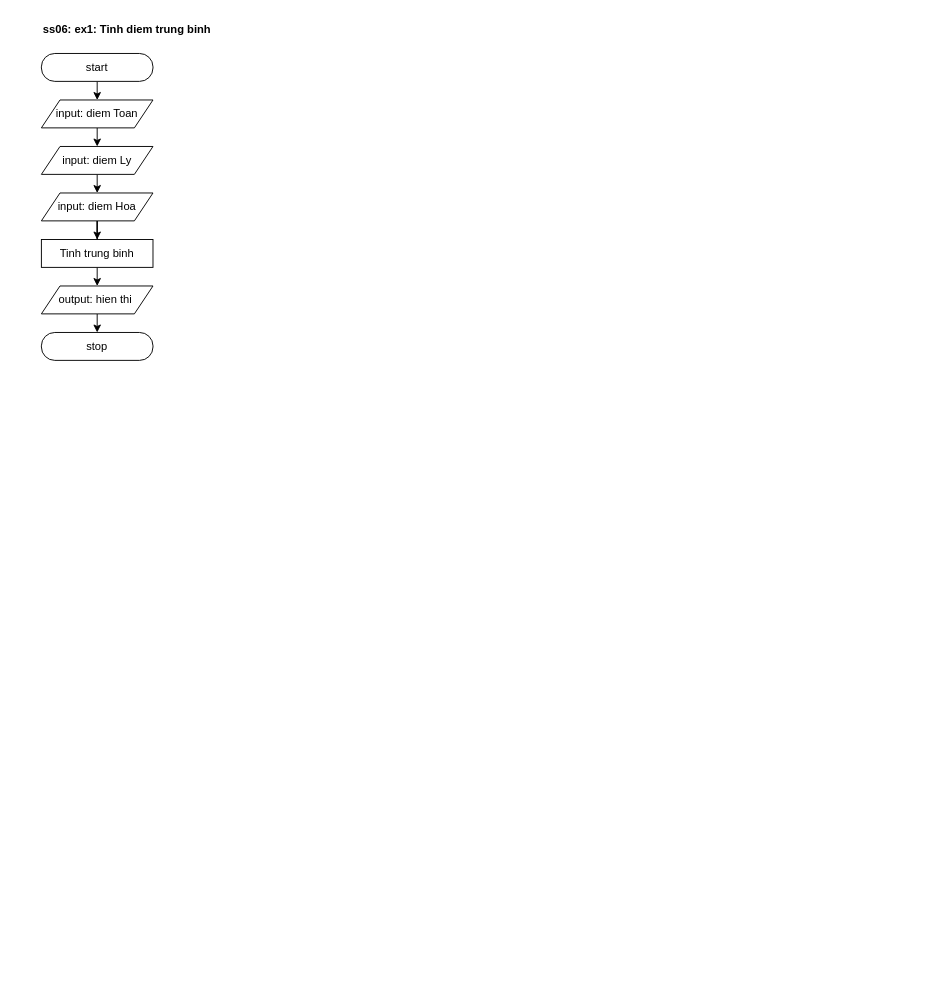
The draw.io diagram 01_Parttime_WebFrontEndFundamental/ss06/flowchart.drawio in toanphamtien/rikkei_WebParttimeJava, before the edit. Source tidied: cells renumbered, new cells numbered last; positions are measured from the earlier drawing's top-left corner, leaving out a move shared by most shapes. Both pictures are drawn from the tidied source at 93%, with x=0, y=0 at pixel (41, 16).
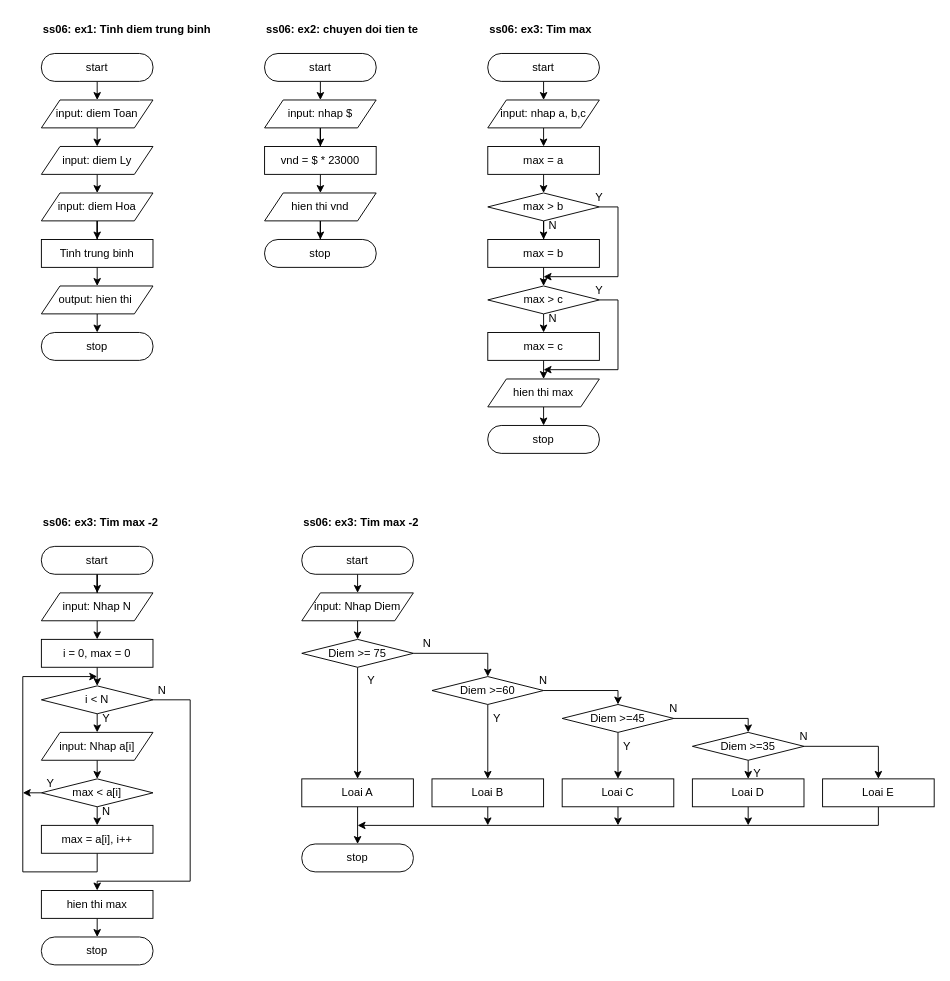
The same page after the edit.

What changed in the source:
```diff
@@
-<mxGraphModel>
+<mxGraphModel background="#ffffff">
@@
+    <mxCell id="16" value="ss06: ex2: chuyen doi tien te" style="text;html=1;strokeColor=none;fillColor=none;align=left;verticalAlign=middle;whiteSpace=wrap;rounded=0;fontStyle=1;" parent="1" vertex="1">
+      <mxGeometry x="240" width="190" height="30" as="geometry" />
+    </mxCell>
+    <mxCell id="17" style="edgeStyle=orthogonalEdgeStyle;rounded=0;jettySize=auto;html=1;exitX=0.5;exitY=1;exitDx=0;exitDy=0;entryX=0.5;entryY=0;entryDx=0;entryDy=0;" parent="1" edge="1" source="18" target="20">
+      <mxGeometry relative="1" as="geometry" />
+    </mxCell>
+    <mxCell id="18" value="start" style="rounded=1;whiteSpace=wrap;html=1;arcSize=48;" parent="1" vertex="1">
+      <mxGeometry x="240" y="40" width="120" height="30" as="geometry" />
+    </mxCell>
+    <mxCell id="19" style="edgeStyle=orthogonalEdgeStyle;rounded=0;jettySize=auto;html=1;exitX=0.5;exitY=1;exitDx=0;exitDy=0;" parent="1" edge="1" source="20" target="22">
+      <mxGeometry relative="1" as="geometry" />
+    </mxCell>
+    <mxCell id="20" value="input: nhap $" style="shape=parallelogram;perimeter=parallelogramPerimeter;whiteSpace=wrap;html=1;fixedSize=1;" parent="1" vertex="1">
+      <mxGeometry x="240" y="90" width="120" height="30" as="geometry" />
+    </mxCell>
+    <mxCell id="21" style="edgeStyle=orthogonalEdgeStyle;rounded=0;jettySize=auto;html=1;exitX=0.5;exitY=1;exitDx=0;exitDy=0;entryX=0.5;entryY=0;entryDx=0;entryDy=0;" parent="1" edge="1" source="22" target="24">
+      <mxGeometry relative="1" as="geometry" />
+    </mxCell>
+    <mxCell id="22" value="vnd = $ * 23000" style="rounded=0;whiteSpace=wrap;html=1;" parent="1" vertex="1">
+      <mxGeometry x="240" y="140" width="120" height="30" as="geometry" />
+    </mxCell>
+    <mxCell id="23" style="edgeStyle=orthogonalEdgeStyle;rounded=0;jettySize=auto;html=1;exitX=0.5;exitY=1;exitDx=0;exitDy=0;" parent="1" edge="1" source="24" target="25">
+      <mxGeometry relative="1" as="geometry" />
+    </mxCell>
+    <mxCell id="24" value="hien thi vnd" style="shape=parallelogram;perimeter=parallelogramPerimeter;whiteSpace=wrap;html=1;fixedSize=1;" parent="1" vertex="1">
+      <mxGeometry x="240" y="190" width="120" height="30" as="geometry" />
+    </mxCell>
+    <mxCell id="25" value="stop" style="rounded=1;whiteSpace=wrap;html=1;arcSize=48;" parent="1" vertex="1">
+      <mxGeometry x="240" y="240" width="120" height="30" as="geometry" />
+    </mxCell>
+    <mxCell id="26" value="ss06: ex3: Tim max" style="text;html=1;strokeColor=none;fillColor=none;align=left;verticalAlign=middle;whiteSpace=wrap;rounded=0;fontStyle=1;" parent="1" vertex="1">
+      <mxGeometry x="480" width="190" height="30" as="geometry" />
+    </mxCell>
+    <mxCell id="27" style="edgeStyle=orthogonalEdgeStyle;rounded=0;jettySize=auto;html=1;exitX=0.5;exitY=1;exitDx=0;exitDy=0;entryX=0.5;entryY=0;entryDx=0;entryDy=0;" parent="1" edge="1" source="28" target="30">
+      <mxGeometry relative="1" as="geometry" />
+    </mxCell>
+    <mxCell id="28" value="start" style="rounded=1;whiteSpace=wrap;html=1;arcSize=48;" parent="1" vertex="1">
+      <mxGeometry x="480" y="40" width="120" height="30" as="geometry" />
+    </mxCell>
+    <mxCell id="29" style="edgeStyle=orthogonalEdgeStyle;rounded=0;jettySize=auto;html=1;exitX=0.5;exitY=1;exitDx=0;exitDy=0;entryX=0.5;entryY=0;entryDx=0;entryDy=0;" parent="1" edge="1" source="30" target="32">
+      <mxGeometry relative="1" as="geometry" />
+    </mxCell>
+    <mxCell id="30" value="input: nhap a, b,c" style="shape=parallelogram;perimeter=parallelogramPerimeter;whiteSpace=wrap;html=1;fixedSize=1;" parent="1" vertex="1">
+      <mxGeometry x="480" y="90" width="120" height="30" as="geometry" />
+    </mxCell>
+    <mxCell id="31" style="edgeStyle=orthogonalEdgeStyle;rounded=0;jettySize=auto;html=1;exitX=0.5;exitY=1;exitDx=0;exitDy=0;entryX=0.5;entryY=0;entryDx=0;entryDy=0;" parent="1" edge="1" source="32" target="35">
+      <mxGeometry relative="1" as="geometry" />
+    </mxCell>
+    <mxCell id="32" value="max = a" style="rounded=0;whiteSpace=wrap;html=1;" parent="1" vertex="1">
+      <mxGeometry x="480" y="140" width="120" height="30" as="geometry" />
+    </mxCell>
+    <mxCell id="33" style="edgeStyle=orthogonalEdgeStyle;rounded=0;jettySize=auto;html=1;exitX=0.5;exitY=1;exitDx=0;exitDy=0;" parent="1" edge="1" source="35" target="40">
+      <mxGeometry relative="1" as="geometry" />
+    </mxCell>
+    <mxCell id="34" style="edgeStyle=orthogonalEdgeStyle;rounded=0;jettySize=auto;html=1;" parent="1" edge="1" source="35">
+      <mxGeometry relative="1" as="geometry">
+        <mxPoint x="540" y="280" as="targetPoint" />
+        <Array as="points">
+          <mxPoint x="620" y="205" />
+          <mxPoint x="620" y="280" />
+        </Array>
+      </mxGeometry>
+    </mxCell>
+    <mxCell id="35" value="max &amp;gt; b" style="rhombus;whiteSpace=wrap;html=1;" parent="1" vertex="1">
+      <mxGeometry x="480" y="190" width="120" height="30" as="geometry" />
+    </mxCell>
+    <mxCell id="36" style="edgeStyle=orthogonalEdgeStyle;rounded=0;jettySize=auto;html=1;exitX=0.5;exitY=1;exitDx=0;exitDy=0;entryX=0.5;entryY=0;entryDx=0;entryDy=0;" parent="1" edge="1" source="38" target="42">
+      <mxGeometry relative="1" as="geometry" />
+    </mxCell>
+    <mxCell id="37" style="edgeStyle=orthogonalEdgeStyle;rounded=0;jettySize=auto;html=1;" parent="1" edge="1" source="38">
+      <mxGeometry relative="1" as="geometry">
+        <mxPoint x="540" y="380" as="targetPoint" />
+        <Array as="points">
+          <mxPoint x="620" y="305" />
+          <mxPoint x="620" y="380" />
+        </Array>
+      </mxGeometry>
+    </mxCell>
+    <mxCell id="38" value="max &amp;gt; c" style="rhombus;whiteSpace=wrap;html=1;" parent="1" vertex="1">
+      <mxGeometry x="480" y="290" width="120" height="30" as="geometry" />
+    </mxCell>
+    <mxCell id="39" style="edgeStyle=orthogonalEdgeStyle;rounded=0;jettySize=auto;html=1;exitX=0.5;exitY=1;exitDx=0;exitDy=0;entryX=0.5;entryY=0;entryDx=0;entryDy=0;" parent="1" edge="1" source="40" target="38">
+      <mxGeometry relative="1" as="geometry" />
+    </mxCell>
+    <mxCell id="40" value="max = b" style="rounded=0;whiteSpace=wrap;html=1;" parent="1" vertex="1">
+      <mxGeometry x="480" y="240" width="120" height="30" as="geometry" />
+    </mxCell>
+    <mxCell id="41" style="edgeStyle=orthogonalEdgeStyle;rounded=0;jettySize=auto;html=1;exitX=0.5;exitY=1;exitDx=0;exitDy=0;entryX=0.5;entryY=0;entryDx=0;entryDy=0;" parent="1" edge="1" source="42" target="44">
+      <mxGeometry relative="1" as="geometry" />
+    </mxCell>
+    <mxCell id="42" value="max = c" style="rounded=0;whiteSpace=wrap;html=1;" parent="1" vertex="1">
+      <mxGeometry x="480" y="340" width="120" height="30" as="geometry" />
+    </mxCell>
+    <mxCell id="43" style="edgeStyle=orthogonalEdgeStyle;rounded=0;jettySize=auto;html=1;exitX=0.5;exitY=1;exitDx=0;exitDy=0;entryX=0.5;entryY=0;entryDx=0;entryDy=0;" parent="1" edge="1" source="44" target="45">
+      <mxGeometry relative="1" as="geometry" />
+    </mxCell>
+    <mxCell id="44" value="hien thi max" style="shape=parallelogram;perimeter=parallelogramPerimeter;whiteSpace=wrap;html=1;fixedSize=1;" parent="1" vertex="1">
+      <mxGeometry x="480" y="390" width="120" height="30" as="geometry" />
+    </mxCell>
+    <mxCell id="45" value="stop" style="rounded=1;whiteSpace=wrap;html=1;arcSize=48;" parent="1" vertex="1">
+      <mxGeometry x="480" y="440" width="120" height="30" as="geometry" />
+    </mxCell>
+    <mxCell id="46" value="ss06: ex3: Tim max -2" style="text;html=1;strokeColor=none;fillColor=none;align=left;verticalAlign=middle;whiteSpace=wrap;rounded=0;fontStyle=1;" parent="1" vertex="1">
+      <mxGeometry y="530" width="190" height="30" as="geometry" />
+    </mxCell>
+    <mxCell id="47" style="edgeStyle=orthogonalEdgeStyle;rounded=0;jettySize=auto;html=1;exitX=0.5;exitY=1;exitDx=0;exitDy=0;" parent="1" edge="1" source="48" target="50">
+      <mxGeometry relative="1" as="geometry" />
+    </mxCell>
+    <mxCell id="48" value="start" style="rounded=1;whiteSpace=wrap;html=1;arcSize=48;" parent="1" vertex="1">
+      <mxGeometry y="570" width="120" height="30" as="geometry" />
+    </mxCell>
+    <mxCell id="49" style="edgeStyle=orthogonalEdgeStyle;rounded=0;jettySize=auto;html=1;exitX=0.5;exitY=1;exitDx=0;exitDy=0;entryX=0.5;entryY=0;entryDx=0;entryDy=0;" parent="1" edge="1" source="50" target="52">
+      <mxGeometry relative="1" as="geometry" />
+    </mxCell>
+    <mxCell id="50" value="input: Nhap N" style="shape=parallelogram;perimeter=parallelogramPerimeter;whiteSpace=wrap;html=1;fixedSize=1;" parent="1" vertex="1">
+      <mxGeometry y="620" width="120" height="30" as="geometry" />
+    </mxCell>
+    <mxCell id="51" style="edgeStyle=orthogonalEdgeStyle;rounded=0;jettySize=auto;html=1;exitX=0.5;exitY=1;exitDx=0;exitDy=0;entryX=0.5;entryY=0;entryDx=0;entryDy=0;" parent="1" edge="1" source="52" target="55">
+      <mxGeometry relative="1" as="geometry" />
+    </mxCell>
+    <mxCell id="52" value="i = 0, max = 0" style="rounded=0;whiteSpace=wrap;html=1;" parent="1" vertex="1">
+      <mxGeometry y="670" width="120" height="30" as="geometry" />
+    </mxCell>
+    <mxCell id="53" style="edgeStyle=orthogonalEdgeStyle;rounded=0;jettySize=auto;html=1;exitX=0.5;exitY=1;exitDx=0;exitDy=0;entryX=0.5;entryY=0;entryDx=0;entryDy=0;" parent="1" edge="1" source="55" target="57">
+      <mxGeometry relative="1" as="geometry" />
+    </mxCell>
+    <mxCell id="54" style="edgeStyle=orthogonalEdgeStyle;rounded=0;jettySize=auto;html=1;entryX=0.5;entryY=0;entryDx=0;entryDy=0;" parent="1" edge="1" source="55" target="64">
+      <mxGeometry relative="1" as="geometry">
+        <Array as="points">
+          <mxPoint x="160" y="735" />
+          <mxPoint x="160" y="930" />
+          <mxPoint x="60" y="930" />
+        </Array>
+      </mxGeometry>
+    </mxCell>
+    <mxCell id="55" value="i &amp;lt; N" style="rhombus;whiteSpace=wrap;html=1;" parent="1" vertex="1">
+      <mxGeometry y="720" width="120" height="30" as="geometry" />
+    </mxCell>
+    <mxCell id="56" style="edgeStyle=orthogonalEdgeStyle;rounded=0;jettySize=auto;html=1;exitX=0.5;exitY=1;exitDx=0;exitDy=0;entryX=0.5;entryY=0;entryDx=0;entryDy=0;" parent="1" edge="1" source="57" target="60">
+      <mxGeometry relative="1" as="geometry" />
+    </mxCell>
+    <mxCell id="57" value="input: Nhap a[i]" style="shape=parallelogram;perimeter=parallelogramPerimeter;whiteSpace=wrap;html=1;fixedSize=1;" parent="1" vertex="1">
+      <mxGeometry y="770" width="120" height="30" as="geometry" />
+    </mxCell>
+    <mxCell id="58" style="edgeStyle=orthogonalEdgeStyle;rounded=0;jettySize=auto;html=1;exitX=0.5;exitY=1;exitDx=0;exitDy=0;entryX=0.5;entryY=0;entryDx=0;entryDy=0;" parent="1" edge="1" source="60" target="62">
+      <mxGeometry relative="1" as="geometry" />
+    </mxCell>
+    <mxCell id="59" style="edgeStyle=orthogonalEdgeStyle;rounded=0;jettySize=auto;html=1;exitX=0;exitY=0.5;exitDx=0;exitDy=0;" parent="1" edge="1" source="60">
+      <mxGeometry relative="1" as="geometry">
+        <mxPoint x="-20" y="835" as="targetPoint" />
+      </mxGeometry>
+    </mxCell>
+    <mxCell id="60" value="max &amp;lt; a[i]" style="rhombus;whiteSpace=wrap;html=1;" parent="1" vertex="1">
+      <mxGeometry y="820" width="120" height="30" as="geometry" />
+    </mxCell>
+    <mxCell id="61" style="edgeStyle=orthogonalEdgeStyle;rounded=0;jettySize=auto;html=1;exitX=0.5;exitY=1;exitDx=0;exitDy=0;" parent="1" edge="1" source="62">
+      <mxGeometry relative="1" as="geometry">
+        <mxPoint x="60" y="710" as="targetPoint" />
+        <Array as="points">
+          <mxPoint x="60" y="920" />
+          <mxPoint x="-20" y="920" />
+          <mxPoint x="-20" y="710" />
+        </Array>
+      </mxGeometry>
+    </mxCell>
+    <mxCell id="62" value="max = a[i], i++" style="rounded=0;whiteSpace=wrap;html=1;" parent="1" vertex="1">
+      <mxGeometry y="870" width="120" height="30" as="geometry" />
+    </mxCell>
+    <mxCell id="63" style="edgeStyle=orthogonalEdgeStyle;rounded=0;jettySize=auto;html=1;exitX=0.5;exitY=1;exitDx=0;exitDy=0;entryX=0.5;entryY=0;entryDx=0;entryDy=0;" parent="1" edge="1" source="64" target="65">
+      <mxGeometry relative="1" as="geometry" />
+    </mxCell>
+    <mxCell id="64" value="hien thi max" style="rounded=0;whiteSpace=wrap;html=1;" parent="1" vertex="1">
+      <mxGeometry y="940" width="120" height="30" as="geometry" />
+    </mxCell>
+    <mxCell id="65" value="stop" style="rounded=1;whiteSpace=wrap;html=1;arcSize=48;" parent="1" vertex="1">
+      <mxGeometry y="990" width="120" height="30" as="geometry" />
+    </mxCell>
+    <mxCell id="66" value="N" style="text;html=1;strokeColor=none;fillColor=none;align=center;verticalAlign=middle;whiteSpace=wrap;rounded=0;" parent="1" vertex="1">
+      <mxGeometry x="100" y="710" width="60" height="30" as="geometry" />
+    </mxCell>
+    <mxCell id="67" value="N" style="text;html=1;strokeColor=none;fillColor=none;align=center;verticalAlign=middle;whiteSpace=wrap;rounded=0;" parent="1" vertex="1">
+      <mxGeometry x="40" y="840" width="60" height="30" as="geometry" />
+    </mxCell>
+    <mxCell id="68" value="Y" style="text;html=1;strokeColor=none;fillColor=none;align=center;verticalAlign=middle;whiteSpace=wrap;rounded=0;" parent="1" vertex="1">
+      <mxGeometry x="40" y="740" width="60" height="30" as="geometry" />
+    </mxCell>
+    <mxCell id="69" value="Y" style="text;html=1;strokeColor=none;fillColor=none;align=center;verticalAlign=middle;whiteSpace=wrap;rounded=0;" parent="1" vertex="1">
+      <mxGeometry x="-20" y="810" width="60" height="30" as="geometry" />
+    </mxCell>
+    <mxCell id="70" value="Y" style="text;html=1;strokeColor=none;fillColor=none;align=center;verticalAlign=middle;whiteSpace=wrap;rounded=0;" parent="1" vertex="1">
+      <mxGeometry x="570" y="180" width="60" height="30" as="geometry" />
+    </mxCell>
+    <mxCell id="71" value="Y" style="text;html=1;strokeColor=none;fillColor=none;align=center;verticalAlign=middle;whiteSpace=wrap;rounded=0;" parent="1" vertex="1">
+      <mxGeometry x="570" y="280" width="60" height="30" as="geometry" />
+    </mxCell>
+    <mxCell id="72" value="N" style="text;html=1;strokeColor=none;fillColor=none;align=center;verticalAlign=middle;whiteSpace=wrap;rounded=0;" parent="1" vertex="1">
+      <mxGeometry x="520" y="210" width="60" height="30" as="geometry" />
+    </mxCell>
+    <mxCell id="73" value="N" style="text;html=1;strokeColor=none;fillColor=none;align=center;verticalAlign=middle;whiteSpace=wrap;rounded=0;" parent="1" vertex="1">
+      <mxGeometry x="520" y="310" width="60" height="30" as="geometry" />
+    </mxCell>
+    <mxCell id="74" value="ss06: ex3: Tim max -2" style="text;html=1;strokeColor=none;fillColor=none;align=left;verticalAlign=middle;whiteSpace=wrap;rounded=0;fontStyle=1;" parent="1" vertex="1">
+      <mxGeometry x="280" y="530" width="190" height="30" as="geometry" />
+    </mxCell>
+    <mxCell id="75" style="edgeStyle=orthogonalEdgeStyle;rounded=0;jettySize=auto;html=1;exitX=0.5;exitY=1;exitDx=0;exitDy=0;entryX=0.5;entryY=0;entryDx=0;entryDy=0;" parent="1" edge="1" source="76" target="78">
+      <mxGeometry relative="1" as="geometry" />
+    </mxCell>
+    <mxCell id="76" value="start" style="rounded=1;whiteSpace=wrap;html=1;arcSize=48;" parent="1" vertex="1">
+      <mxGeometry x="280" y="570" width="120" height="30" as="geometry" />
+    </mxCell>
+    <mxCell id="77" style="edgeStyle=orthogonalEdgeStyle;rounded=0;jettySize=auto;html=1;exitX=0.5;exitY=1;exitDx=0;exitDy=0;entryX=0.5;entryY=0;entryDx=0;entryDy=0;" parent="1" edge="1" source="78" target="81">
+      <mxGeometry relative="1" as="geometry" />
+    </mxCell>
+    <mxCell id="78" value="input: Nhap Diem" style="shape=parallelogram;perimeter=parallelogramPerimeter;whiteSpace=wrap;html=1;fixedSize=1;" parent="1" vertex="1">
+      <mxGeometry x="280" y="620" width="120" height="30" as="geometry" />
+    </mxCell>
+    <mxCell id="79" style="edgeStyle=orthogonalEdgeStyle;rounded=0;jettySize=auto;html=1;exitX=0.5;exitY=1;exitDx=0;exitDy=0;entryX=0.5;entryY=0;entryDx=0;entryDy=0;" parent="1" edge="1" source="81" target="100">
+      <mxGeometry relative="1" as="geometry" />
+    </mxCell>
+    <mxCell id="80" style="edgeStyle=orthogonalEdgeStyle;rounded=0;jettySize=auto;html=1;entryX=0.5;entryY=0;entryDx=0;entryDy=0;" parent="1" edge="1" source="81" target="84">
+      <mxGeometry relative="1" as="geometry" />
+    </mxCell>
+    <mxCell id="81" value="Diem &amp;gt;= 75" style="rhombus;whiteSpace=wrap;html=1;" parent="1" vertex="1">
+      <mxGeometry x="280" y="670" width="120" height="30" as="geometry" />
+    </mxCell>
+    <mxCell id="82" style="edgeStyle=orthogonalEdgeStyle;rounded=0;jettySize=auto;html=1;exitX=0.5;exitY=1;exitDx=0;exitDy=0;entryX=0.5;entryY=0;entryDx=0;entryDy=0;" parent="1" edge="1" source="84" target="98">
+      <mxGeometry relative="1" as="geometry" />
+    </mxCell>
+    <mxCell id="83" style="edgeStyle=orthogonalEdgeStyle;rounded=0;jettySize=auto;html=1;entryX=0.5;entryY=0;entryDx=0;entryDy=0;" parent="1" edge="1" source="84" target="87">
+      <mxGeometry relative="1" as="geometry">
+        <Array as="points">
+          <mxPoint x="620" y="725" />
+        </Array>
+      </mxGeometry>
+    </mxCell>
+    <mxCell id="84" value="Diem &amp;gt;=60" style="rhombus;whiteSpace=wrap;html=1;" parent="1" vertex="1">
+      <mxGeometry x="420" y="710" width="120" height="30" as="geometry" />
+    </mxCell>
+    <mxCell id="85" style="edgeStyle=orthogonalEdgeStyle;rounded=0;jettySize=auto;html=1;exitX=0.5;exitY=1;exitDx=0;exitDy=0;entryX=0.5;entryY=0;entryDx=0;entryDy=0;" parent="1" edge="1" source="87" target="96">
+      <mxGeometry relative="1" as="geometry" />
+    </mxCell>
+    <mxCell id="86" style="edgeStyle=orthogonalEdgeStyle;rounded=0;jettySize=auto;html=1;entryX=0.5;entryY=0;entryDx=0;entryDy=0;" parent="1" edge="1" source="87" target="90">
+      <mxGeometry relative="1" as="geometry">
+        <Array as="points">
+          <mxPoint x="760" y="755" />
+        </Array>
+      </mxGeometry>
+    </mxCell>
+    <mxCell id="87" value="Diem &amp;gt;=45" style="rhombus;whiteSpace=wrap;html=1;" parent="1" vertex="1">
+      <mxGeometry x="560" y="740" width="120" height="30" as="geometry" />
+    </mxCell>
+    <mxCell id="88" style="edgeStyle=orthogonalEdgeStyle;rounded=0;jettySize=auto;html=1;exitX=0.5;exitY=1;exitDx=0;exitDy=0;entryX=0.5;entryY=0;entryDx=0;entryDy=0;" parent="1" edge="1" source="90" target="94">
+      <mxGeometry relative="1" as="geometry" />
+    </mxCell>
+    <mxCell id="89" style="edgeStyle=orthogonalEdgeStyle;rounded=0;jettySize=auto;html=1;" parent="1" edge="1" source="90" target="92">
+      <mxGeometry relative="1" as="geometry" />
+    </mxCell>
+    <mxCell id="90" value="Diem &amp;gt;=35" style="rhombus;whiteSpace=wrap;html=1;" parent="1" vertex="1">
+      <mxGeometry x="700" y="770" width="120" height="30" as="geometry" />
+    </mxCell>
+    <mxCell id="91" style="edgeStyle=orthogonalEdgeStyle;rounded=0;jettySize=auto;html=1;exitX=0.5;exitY=1;exitDx=0;exitDy=0;" parent="1" edge="1" source="92">
+      <mxGeometry relative="1" as="geometry">
+        <mxPoint x="340" y="870" as="targetPoint" />
+        <Array as="points">
+          <mxPoint x="900" y="870" />
+        </Array>
+      </mxGeometry>
+    </mxCell>
+    <mxCell id="92" value="Loai E" style="rounded=0;whiteSpace=wrap;html=1;" parent="1" vertex="1">
+      <mxGeometry x="840" y="820" width="120" height="30" as="geometry" />
+    </mxCell>
+    <mxCell id="93" style="edgeStyle=orthogonalEdgeStyle;rounded=0;jettySize=auto;html=1;exitX=0.5;exitY=1;exitDx=0;exitDy=0;" parent="1" edge="1" source="94">
+      <mxGeometry relative="1" as="geometry">
+        <mxPoint x="760" y="870" as="targetPoint" />
+      </mxGeometry>
+    </mxCell>
+    <mxCell id="94" value="Loai D" style="rounded=0;whiteSpace=wrap;html=1;" parent="1" vertex="1">
+      <mxGeometry x="700" y="820" width="120" height="30" as="geometry" />
+    </mxCell>
+    <mxCell id="95" style="edgeStyle=orthogonalEdgeStyle;rounded=0;jettySize=auto;html=1;exitX=0.5;exitY=1;exitDx=0;exitDy=0;" parent="1" edge="1" source="96">
+      <mxGeometry relative="1" as="geometry">
+        <mxPoint x="620" y="870" as="targetPoint" />
+      </mxGeometry>
+    </mxCell>
+    <mxCell id="96" value="Loai C" style="rounded=0;whiteSpace=wrap;html=1;" parent="1" vertex="1">
+      <mxGeometry x="560" y="820" width="120" height="30" as="geometry" />
+    </mxCell>
+    <mxCell id="97" style="edgeStyle=orthogonalEdgeStyle;rounded=0;jettySize=auto;html=1;exitX=0.5;exitY=1;exitDx=0;exitDy=0;" parent="1" edge="1" source="98">
+      <mxGeometry relative="1" as="geometry">
+        <mxPoint x="480" y="870" as="targetPoint" />
+      </mxGeometry>
+    </mxCell>
+    <mxCell id="98" value="Loai B" style="rounded=0;whiteSpace=wrap;html=1;" parent="1" vertex="1">
+      <mxGeometry x="420" y="820" width="120" height="30" as="geometry" />
+    </mxCell>
+    <mxCell id="99" style="edgeStyle=orthogonalEdgeStyle;rounded=0;jettySize=auto;html=1;exitX=0.5;exitY=1;exitDx=0;exitDy=0;" parent="1" edge="1" source="100" target="101">
+      <mxGeometry relative="1" as="geometry" />
+    </mxCell>
+    <mxCell id="100" value="Loai A" style="rounded=0;whiteSpace=wrap;html=1;" parent="1" vertex="1">
+      <mxGeometry x="280" y="820" width="120" height="30" as="geometry" />
+    </mxCell>
+    <mxCell id="101" value="stop" style="rounded=1;whiteSpace=wrap;html=1;arcSize=48;" parent="1" vertex="1">
+      <mxGeometry x="280" y="890" width="120" height="30" as="geometry" />
+    </mxCell>
+    <mxCell id="102" value="N" style="text;html=1;strokeColor=none;fillColor=none;align=center;verticalAlign=middle;whiteSpace=wrap;rounded=0;" parent="1" vertex="1">
+      <mxGeometry x="385" y="660" width="60" height="30" as="geometry" />
+    </mxCell>
+    <mxCell id="103" value="N" style="text;html=1;strokeColor=none;fillColor=none;align=center;verticalAlign=middle;whiteSpace=wrap;rounded=0;" parent="1" vertex="1">
+      <mxGeometry x="510" y="700" width="60" height="30" as="geometry" />
+    </mxCell>
+    <mxCell id="104" value="N" style="text;html=1;strokeColor=none;fillColor=none;align=center;verticalAlign=middle;whiteSpace=wrap;rounded=0;" parent="1" vertex="1">
+      <mxGeometry x="650" y="730" width="60" height="30" as="geometry" />
+    </mxCell>
+    <mxCell id="105" value="N" style="text;html=1;strokeColor=none;fillColor=none;align=center;verticalAlign=middle;whiteSpace=wrap;rounded=0;" parent="1" vertex="1">
+      <mxGeometry x="790" y="760" width="60" height="30" as="geometry" />
+    </mxCell>
+    <mxCell id="106" value="Y" style="text;html=1;strokeColor=none;fillColor=none;align=center;verticalAlign=middle;whiteSpace=wrap;rounded=0;" parent="1" vertex="1">
+      <mxGeometry x="325" y="700" width="60" height="30" as="geometry" />
+    </mxCell>
+    <mxCell id="107" value="Y" style="text;html=1;strokeColor=none;fillColor=none;align=center;verticalAlign=middle;whiteSpace=wrap;rounded=0;" parent="1" vertex="1">
+      <mxGeometry x="460" y="740" width="60" height="30" as="geometry" />
+    </mxCell>
+    <mxCell id="108" value="Y" style="text;html=1;strokeColor=none;fillColor=none;align=center;verticalAlign=middle;whiteSpace=wrap;rounded=0;" parent="1" vertex="1">
+      <mxGeometry x="600" y="770" width="60" height="30" as="geometry" />
+    </mxCell>
+    <mxCell id="109" value="Y" style="text;html=1;strokeColor=none;fillColor=none;align=center;verticalAlign=middle;whiteSpace=wrap;rounded=0;" parent="1" vertex="1">
+      <mxGeometry x="740" y="800" width="60" height="30" as="geometry" />
+    </mxCell>
```
